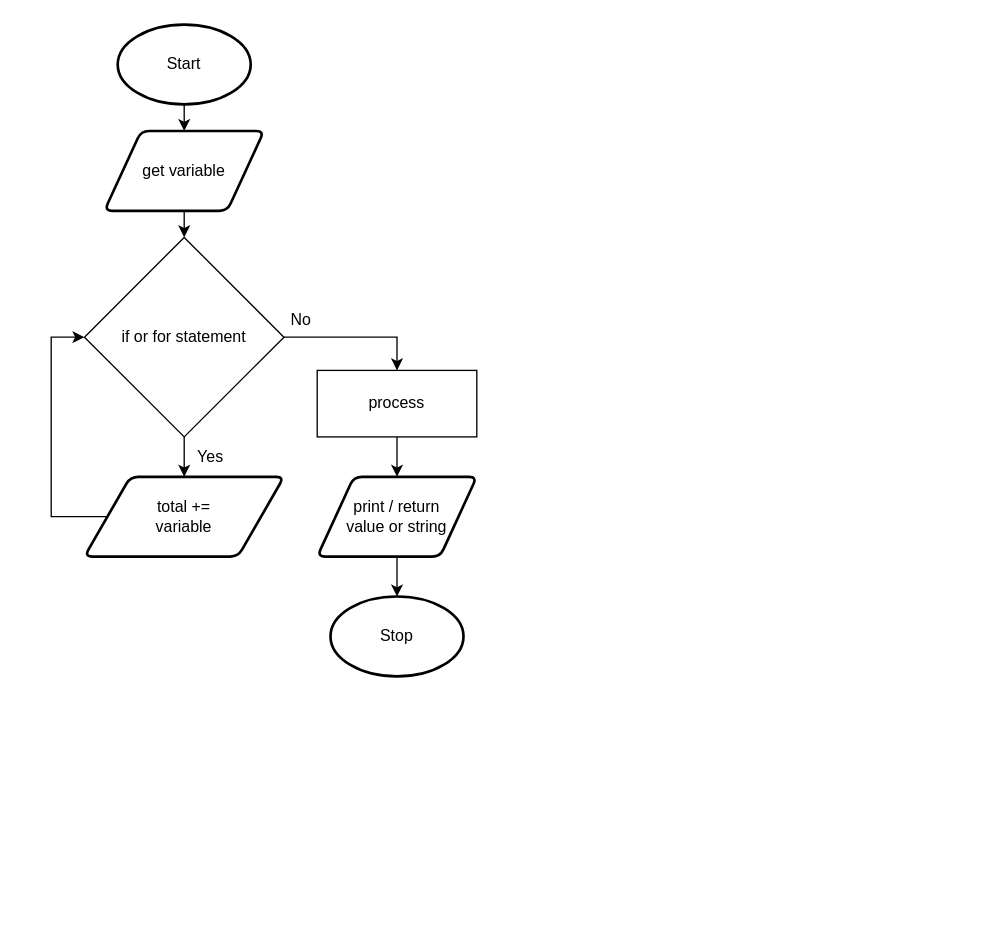
Aidan-Lalonde-Novales/ics4u-unit-1-03-typescript keeps this draw.io diagram as drawio/flowchart.drawio. Above is the earlier version. Source tidied: cells renumbered, new cells numbered last; positions are measured from the earlier drawing's top-left corner, leaving out a move shared by most shapes. Both pictures are drawn from the tidied source at 133%, with x=0, y=0 at pixel (51, 24).
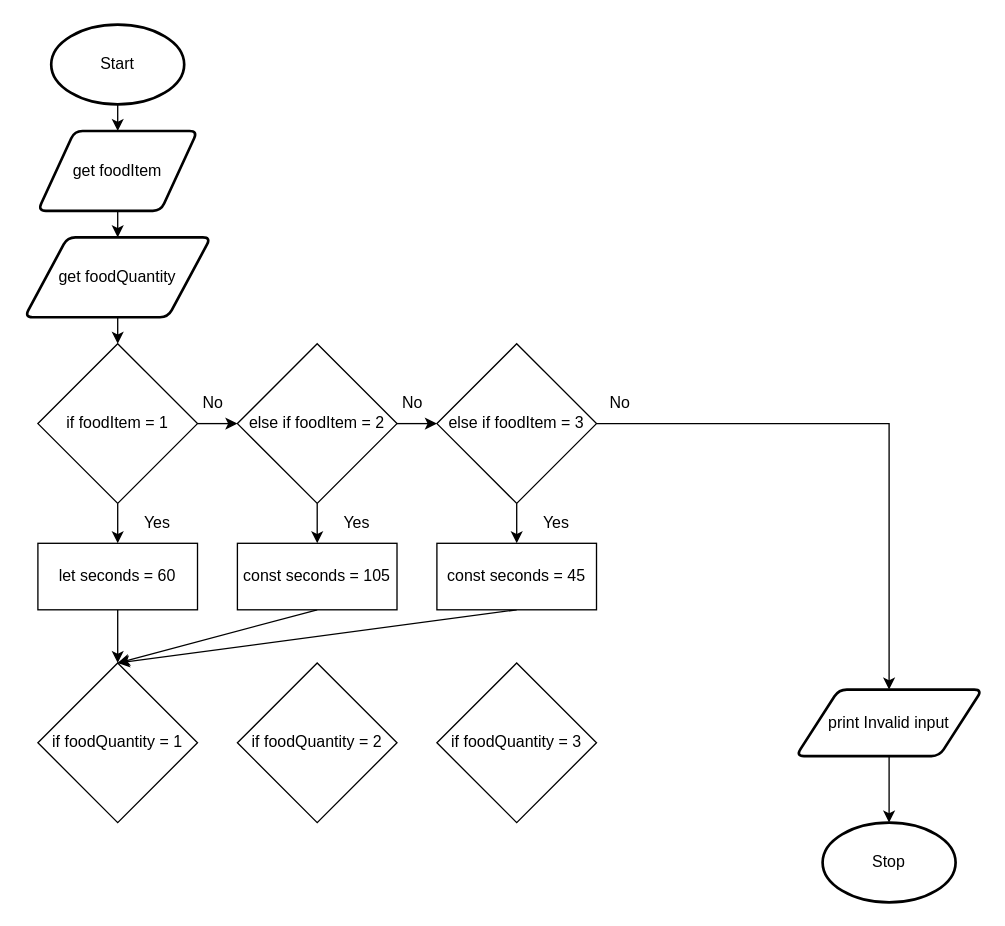
The same diagram, later.

Change to the diagram source:
```diff
@@
     <mxCell id="3" value="Start" style="strokeWidth=2;html=1;shape=mxgraph.flowchart.start_1;whiteSpace=wrap;" parent="1" vertex="1">
-      <mxGeometry x="50" width="100" height="60" as="geometry" />
+      <mxGeometry width="100" height="60" as="geometry" />
     </mxCell>
-    <mxCell id="4" style="edgeStyle=none;html=1;exitX=0.5;exitY=1;exitDx=0;exitDy=0;entryX=0.5;entryY=0;entryDx=0;entryDy=0;" parent="1" edge="1" source="5" target="9">
-      <mxGeometry relative="1" as="geometry" />
-    </mxCell>
+    <mxCell id="18" style="edgeStyle=none;html=1;exitX=0.5;exitY=1;exitDx=0;exitDy=0;entryX=0.5;entryY=0;entryDx=0;entryDy=0;" parent="1" edge="1" source="5" target="22">
+      <mxGeometry relative="1" as="geometry" />
+    </mxCell>
-    <mxCell id="5" value="get variable" style="shape=parallelogram;html=1;strokeWidth=2;perimeter=parallelogramPerimeter;whiteSpace=wrap;rounded=1;arcSize=12;size=0.23;" parent="1" vertex="1">
-      <mxGeometry x="40" y="80" width="120" height="60" as="geometry" />
+    <mxCell id="5" value="get foodItem" style="shape=parallelogram;html=1;strokeWidth=2;perimeter=parallelogramPerimeter;whiteSpace=wrap;rounded=1;arcSize=12;size=0.23;" parent="1" vertex="1">
+      <mxGeometry x="-10" y="80" width="120" height="60" as="geometry" />
     </mxCell>
     <mxCell id="6" value="Stop" style="strokeWidth=2;html=1;shape=mxgraph.flowchart.start_1;whiteSpace=wrap;" parent="1" vertex="1">
-      <mxGeometry x="210" y="430" width="100" height="60" as="geometry" />
+      <mxGeometry x="580" y="600" width="100" height="60" as="geometry" />
     </mxCell>
-    <mxCell id="7" style="edgeStyle=none;html=1;exitX=1;exitY=0.5;exitDx=0;exitDy=0;entryX=0.5;entryY=0;entryDx=0;entryDy=0;rounded=0;" parent="1" edge="1" source="9" target="13">
-      <mxGeometry relative="1" as="geometry">
-        <Array as="points">
-          <mxPoint x="260" y="235" />
-        </Array>
-      </mxGeometry>
-    </mxCell>
-    <mxCell id="8" style="edgeStyle=none;html=1;exitX=0.5;exitY=1;exitDx=0;exitDy=0;entryX=0.5;entryY=0;entryDx=0;entryDy=0;" parent="1" edge="1" source="9" target="17">
-      <mxGeometry relative="1" as="geometry" />
-    </mxCell>
+    <mxCell id="19" style="edgeStyle=none;html=1;exitX=1;exitY=0.5;exitDx=0;exitDy=0;entryX=0;entryY=0.5;entryDx=0;entryDy=0;" parent="1" edge="1" source="9" target="24">
+      <mxGeometry relative="1" as="geometry" />
+    </mxCell>
+    <mxCell id="20" style="edgeStyle=none;html=1;exitX=0.5;exitY=1;exitDx=0;exitDy=0;entryX=0.5;entryY=0;entryDx=0;entryDy=0;" parent="1" edge="1" source="9" target="32">
+      <mxGeometry relative="1" as="geometry" />
+    </mxCell>
-    <mxCell id="9" value="if or for statement" style="rhombus;whiteSpace=wrap;html=1;" parent="1" vertex="1">
-      <mxGeometry x="25" y="160" width="150" height="150" as="geometry" />
+    <mxCell id="9" value="if foodItem = 1" style="rhombus;whiteSpace=wrap;html=1;" parent="1" vertex="1">
+      <mxGeometry x="-10" y="240" width="120" height="120" as="geometry" />
     </mxCell>
     <mxCell id="10" value="Yes" style="text;html=1;strokeColor=none;fillColor=none;align=center;verticalAlign=middle;whiteSpace=wrap;rounded=0;" parent="1" vertex="1">
-      <mxGeometry x="100" y="310" width="40" height="30" as="geometry" />
+      <mxGeometry x="60" y="360" width="40" height="30" as="geometry" />
     </mxCell>
     <mxCell id="11" value="No" style="text;html=1;strokeColor=none;fillColor=none;align=center;verticalAlign=middle;whiteSpace=wrap;rounded=0;" parent="1" vertex="1">
-      <mxGeometry x="170" y="207" width="36" height="30" as="geometry" />
+      <mxGeometry x="104" y="270" width="36" height="30" as="geometry" />
     </mxCell>
-    <mxCell id="12" style="edgeStyle=none;html=1;exitX=0.5;exitY=1;exitDx=0;exitDy=0;entryX=0.5;entryY=0;entryDx=0;entryDy=0;" parent="1" edge="1" source="13" target="15">
-      <mxGeometry relative="1" as="geometry" />
-    </mxCell>
-    <mxCell id="13" value="process" style="rounded=0;whiteSpace=wrap;html=1;" parent="1" vertex="1">
-      <mxGeometry x="200" y="260" width="120" height="50" as="geometry" />
-    </mxCell>
-    <mxCell id="14" style="edgeStyle=none;html=1;exitX=0.5;exitY=1;exitDx=0;exitDy=0;entryX=0.5;entryY=0;entryDx=0;entryDy=0;entryPerimeter=0;" parent="1" edge="1" source="15" target="6">
-      <mxGeometry relative="1" as="geometry" />
-    </mxCell>
-    <mxCell id="15" value="print / return &lt;br&gt;value or string" style="shape=parallelogram;html=1;strokeWidth=2;perimeter=parallelogramPerimeter;whiteSpace=wrap;rounded=1;arcSize=12;size=0.23;" parent="1" vertex="1">
-      <mxGeometry x="200" y="340" width="120" height="60" as="geometry" />
-    </mxCell>
-    <mxCell id="16" style="edgeStyle=none;rounded=0;html=1;exitX=0;exitY=0.5;exitDx=0;exitDy=0;entryX=0;entryY=0.5;entryDx=0;entryDy=0;" parent="1" edge="1" source="17" target="9">
-      <mxGeometry relative="1" as="geometry">
-        <Array as="points">
-          <mxPoint y="370" />
-          <mxPoint y="235" />
-        </Array>
-      </mxGeometry>
-    </mxCell>
-    <mxCell id="17" value="total += &lt;br&gt;variable" style="shape=parallelogram;html=1;strokeWidth=2;perimeter=parallelogramPerimeter;whiteSpace=wrap;rounded=1;arcSize=12;size=0.23;" parent="1" vertex="1">
-      <mxGeometry x="25" y="340" width="150" height="60" as="geometry" />
-    </mxCell>
+    <mxCell id="21" style="edgeStyle=none;html=1;exitX=0.5;exitY=1;exitDx=0;exitDy=0;entryX=0.5;entryY=0;entryDx=0;entryDy=0;" parent="1" edge="1" source="22" target="9">
+      <mxGeometry relative="1" as="geometry" />
+    </mxCell>
+    <mxCell id="22" value="get foodQuantity" style="shape=parallelogram;html=1;strokeWidth=2;perimeter=parallelogramPerimeter;whiteSpace=wrap;rounded=1;arcSize=12;size=0.23;" parent="1" vertex="1">
+      <mxGeometry x="-20" y="160" width="140" height="60" as="geometry" />
+    </mxCell>
+    <mxCell id="23" style="edgeStyle=none;html=1;exitX=1;exitY=0.5;exitDx=0;exitDy=0;entryX=0;entryY=0.5;entryDx=0;entryDy=0;" parent="1" edge="1" source="24" target="26">
+      <mxGeometry relative="1" as="geometry" />
+    </mxCell>
+    <mxCell id="24" value="else if foodItem = 2" style="rhombus;whiteSpace=wrap;html=1;" parent="1" vertex="1">
+      <mxGeometry x="140" y="240" width="120" height="120" as="geometry" />
+    </mxCell>
+    <mxCell id="25" style="edgeStyle=none;html=1;exitX=1;exitY=0.5;exitDx=0;exitDy=0;entryX=0.5;entryY=0;entryDx=0;entryDy=0;rounded=0;" parent="1" edge="1" source="26" target="28">
+      <mxGeometry relative="1" as="geometry">
+        <Array as="points">
+          <mxPoint x="630" y="300" />
+        </Array>
+      </mxGeometry>
+    </mxCell>
+    <mxCell id="26" value="else if foodItem = 3" style="rhombus;whiteSpace=wrap;html=1;" parent="1" vertex="1">
+      <mxGeometry x="290" y="240" width="120" height="120" as="geometry" />
+    </mxCell>
+    <mxCell id="27" style="edgeStyle=none;html=1;exitX=0.5;exitY=1;exitDx=0;exitDy=0;entryX=0.5;entryY=0;entryDx=0;entryDy=0;entryPerimeter=0;" parent="1" edge="1" source="28" target="6">
+      <mxGeometry relative="1" as="geometry" />
+    </mxCell>
+    <mxCell id="28" value="print Invalid input" style="shape=parallelogram;html=1;strokeWidth=2;perimeter=parallelogramPerimeter;whiteSpace=wrap;rounded=1;arcSize=12;size=0.23;" parent="1" vertex="1">
+      <mxGeometry x="560" y="500" width="140" height="50" as="geometry" />
+    </mxCell>
+    <mxCell id="29" value="No" style="text;html=1;strokeColor=none;fillColor=none;align=center;verticalAlign=middle;whiteSpace=wrap;rounded=0;" parent="1" vertex="1">
+      <mxGeometry x="254" y="270" width="36" height="30" as="geometry" />
+    </mxCell>
+    <mxCell id="30" value="No" style="text;html=1;strokeColor=none;fillColor=none;align=center;verticalAlign=middle;whiteSpace=wrap;rounded=0;" parent="1" vertex="1">
+      <mxGeometry x="410" y="270" width="36" height="30" as="geometry" />
+    </mxCell>
+    <mxCell id="31" style="edgeStyle=none;rounded=0;html=1;exitX=0.5;exitY=1;exitDx=0;exitDy=0;entryX=0.5;entryY=0;entryDx=0;entryDy=0;" parent="1" edge="1" source="32" target="42">
+      <mxGeometry relative="1" as="geometry" />
+    </mxCell>
+    <mxCell id="32" value="let seconds = 60" style="rounded=0;whiteSpace=wrap;html=1;" parent="1" vertex="1">
+      <mxGeometry x="-10" y="390" width="120" height="50" as="geometry" />
+    </mxCell>
+    <mxCell id="33" style="edgeStyle=none;html=1;exitX=0.5;exitY=1;exitDx=0;exitDy=0;entryX=0.5;entryY=0;entryDx=0;entryDy=0;" parent="1" edge="1" target="36">
+      <mxGeometry relative="1" as="geometry">
+        <mxPoint x="200" y="360" as="sourcePoint" />
+      </mxGeometry>
+    </mxCell>
+    <mxCell id="34" value="Yes" style="text;html=1;strokeColor=none;fillColor=none;align=center;verticalAlign=middle;whiteSpace=wrap;rounded=0;" parent="1" vertex="1">
+      <mxGeometry x="210" y="360" width="40" height="30" as="geometry" />
+    </mxCell>
+    <mxCell id="35" style="edgeStyle=none;rounded=0;html=1;exitX=0.5;exitY=1;exitDx=0;exitDy=0;entryX=0.5;entryY=0;entryDx=0;entryDy=0;" parent="1" edge="1" source="36" target="42">
+      <mxGeometry relative="1" as="geometry" />
+    </mxCell>
+    <mxCell id="36" value="const seconds = 105" style="rounded=0;whiteSpace=wrap;html=1;" parent="1" vertex="1">
+      <mxGeometry x="140" y="390" width="120" height="50" as="geometry" />
+    </mxCell>
+    <mxCell id="37" style="edgeStyle=none;html=1;exitX=0.5;exitY=1;exitDx=0;exitDy=0;entryX=0.5;entryY=0;entryDx=0;entryDy=0;" parent="1" edge="1" target="41">
+      <mxGeometry relative="1" as="geometry">
+        <mxPoint x="350" y="360" as="sourcePoint" />
+      </mxGeometry>
+    </mxCell>
+    <mxCell id="38" style="edgeStyle=none;html=1;" parent="1" edge="1" source="39" target="41">
+      <mxGeometry relative="1" as="geometry" />
+    </mxCell>
+    <mxCell id="39" value="Yes" style="text;html=1;strokeColor=none;fillColor=none;align=center;verticalAlign=middle;whiteSpace=wrap;rounded=0;" parent="1" vertex="1">
+      <mxGeometry x="360" y="360" width="40" height="30" as="geometry" />
+    </mxCell>
+    <mxCell id="40" style="edgeStyle=none;rounded=0;html=1;exitX=0.5;exitY=1;exitDx=0;exitDy=0;" parent="1" edge="1" source="41">
+      <mxGeometry relative="1" as="geometry">
+        <mxPoint x="50" y="480" as="targetPoint" />
+      </mxGeometry>
+    </mxCell>
+    <mxCell id="41" value="const seconds = 45" style="rounded=0;whiteSpace=wrap;html=1;" parent="1" vertex="1">
+      <mxGeometry x="290" y="390" width="120" height="50" as="geometry" />
+    </mxCell>
+    <mxCell id="42" value="if foodQuantity = 1" style="rhombus;whiteSpace=wrap;html=1;" parent="1" vertex="1">
+      <mxGeometry x="-10" y="480" width="120" height="120" as="geometry" />
+    </mxCell>
+    <mxCell id="43" value="if foodQuantity = 2" style="rhombus;whiteSpace=wrap;html=1;" parent="1" vertex="1">
+      <mxGeometry x="140" y="480" width="120" height="120" as="geometry" />
+    </mxCell>
+    <mxCell id="44" value="if foodQuantity = 3" style="rhombus;whiteSpace=wrap;html=1;" parent="1" vertex="1">
+      <mxGeometry x="290" y="480" width="120" height="120" as="geometry" />
+    </mxCell>
```
